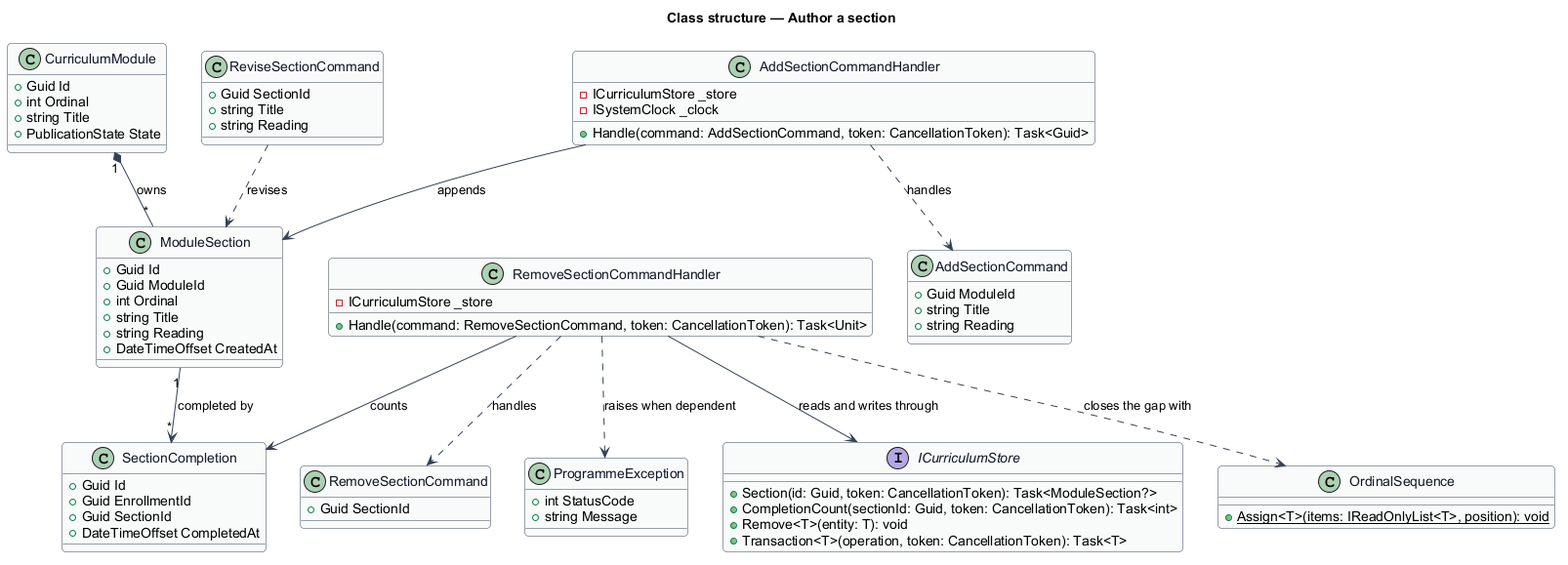
The PlantUML diagram docs/detailed-designs/administration/author-section/diagrams/class-structure.png in QuinntyneBrown/quinntyne-brown-stewardship, before a commit. Its diagram source:
```plantuml
@startuml
skinparam backgroundColor #FFFFFF
skinparam shadowing false
skinparam roundcorner 8
skinparam defaultFontName Arial
skinparam ArrowColor #344054
skinparam class {
  BorderColor #344054
  FontColor #101828
  BackgroundColor #F9FAFB
}
title Class structure — Author a section

class CurriculumModule {
  +Guid Id
  +int Ordinal
  +string Title
  +PublicationState State
}

class ModuleSection {
  +Guid Id
  +Guid ModuleId
  +int Ordinal
  +string Title
  +string Reading
  +DateTimeOffset CreatedAt
}

class SectionCompletion {
  +Guid Id
  +Guid EnrollmentId
  +Guid SectionId
  +DateTimeOffset CompletedAt
}

class AddSectionCommand {
  +Guid ModuleId
  +string Title
  +string Reading
}

class AddSectionCommandHandler {
  -ICurriculumStore _store
  -ISystemClock _clock
  +Handle(command: AddSectionCommand, token: CancellationToken): Task<Guid>
}

class ReviseSectionCommand {
  +Guid SectionId
  +string Title
  +string Reading
}

class RemoveSectionCommand {
  +Guid SectionId
}

class RemoveSectionCommandHandler {
  -ICurriculumStore _store
  +Handle(command: RemoveSectionCommand, token: CancellationToken): Task<Unit>
}

class ProgrammeException {
  +int StatusCode
  +string Message
}

interface ICurriculumStore {
  +Section(id: Guid, token: CancellationToken): Task<ModuleSection?>
  +CompletionCount(sectionId: Guid, token: CancellationToken): Task<int>
  +Remove<T>(entity: T): void
  +Transaction<T>(operation, token: CancellationToken): Task<T>
}

class OrdinalSequence {
  +{static} Assign<T>(items: IReadOnlyList<T>, position): void
}

CurriculumModule "1" *-- "*" ModuleSection : owns
ModuleSection "1" --> "*" SectionCompletion : completed by
AddSectionCommandHandler ..> AddSectionCommand : handles
AddSectionCommandHandler --> ModuleSection : appends
RemoveSectionCommandHandler ..> RemoveSectionCommand : handles
RemoveSectionCommandHandler --> SectionCompletion : counts
RemoveSectionCommandHandler ..> ProgrammeException : raises when dependent
RemoveSectionCommandHandler ..> OrdinalSequence : closes the gap with
RemoveSectionCommandHandler --> ICurriculumStore : reads and writes through
ReviseSectionCommand ..> ModuleSection : revises
@enduml
```
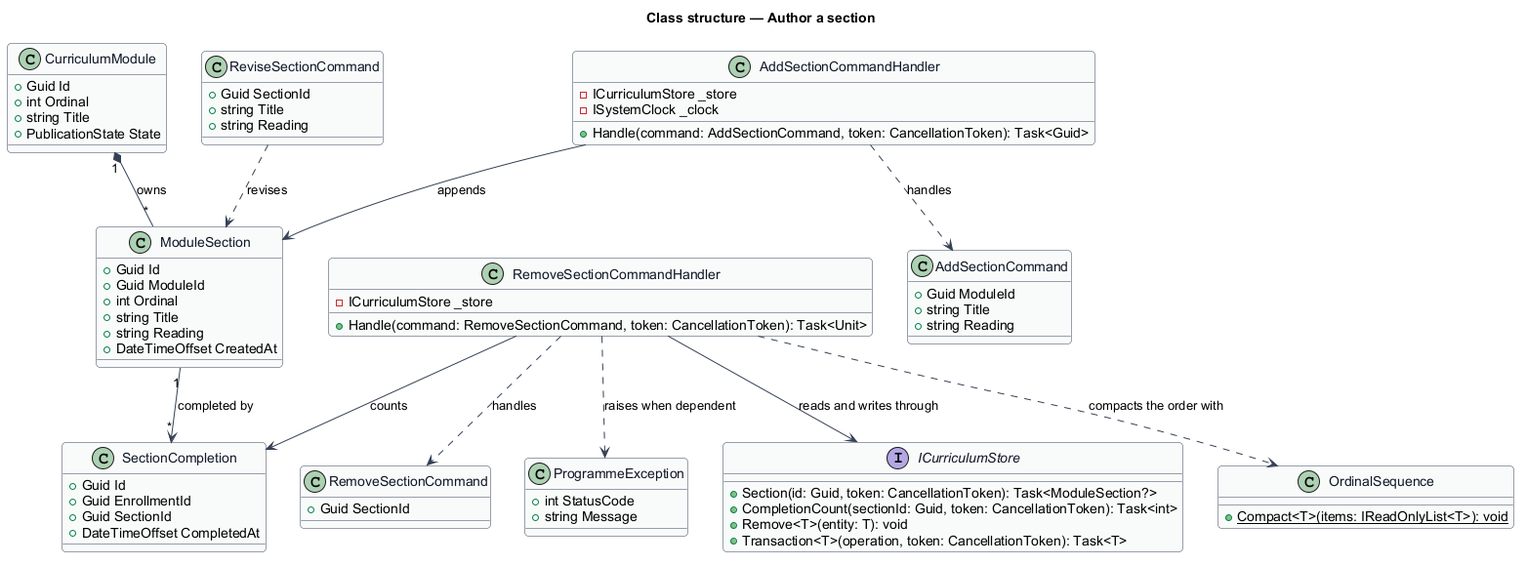
The same diagram one commit later.

Diff of the diagram source:
```diff
@@ -74,7 +74,7 @@
 }
 
 class OrdinalSequence {
-  +{static} Assign<T>(items: IReadOnlyList<T>, position): void
+  +{static} Compact<T>(items: IReadOnlyList<T>): void
 }
 
 CurriculumModule "1" *-- "*" ModuleSection : owns
@@ -84,7 +84,7 @@
 RemoveSectionCommandHandler ..> RemoveSectionCommand : handles
 RemoveSectionCommandHandler --> SectionCompletion : counts
 RemoveSectionCommandHandler ..> ProgrammeException : raises when dependent
-RemoveSectionCommandHandler ..> OrdinalSequence : closes the gap with
+RemoveSectionCommandHandler ..> OrdinalSequence : compacts the order with
 RemoveSectionCommandHandler --> ICurriculumStore : reads and writes through
 ReviseSectionCommand ..> ModuleSection : revises
 @enduml
```
